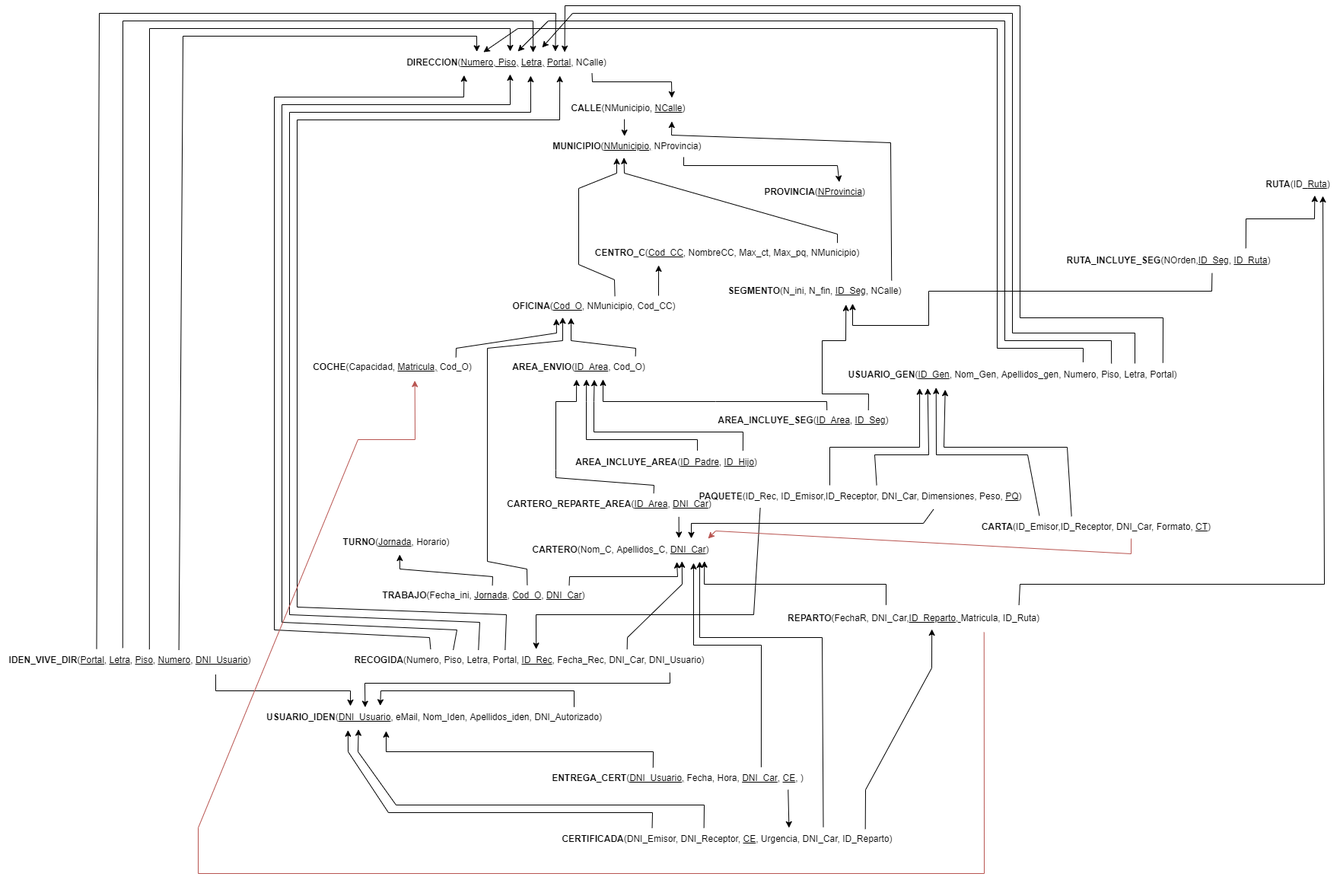
This is Hito1/Modelo relacional.drawio.png from ErYavi/BBDD22, a draw.io export, as it was before one commit. Source tidied: cells renumbered, new cells last; positions are measured from the earlier drawing's top-left corner, leaving out a move shared by most shapes.
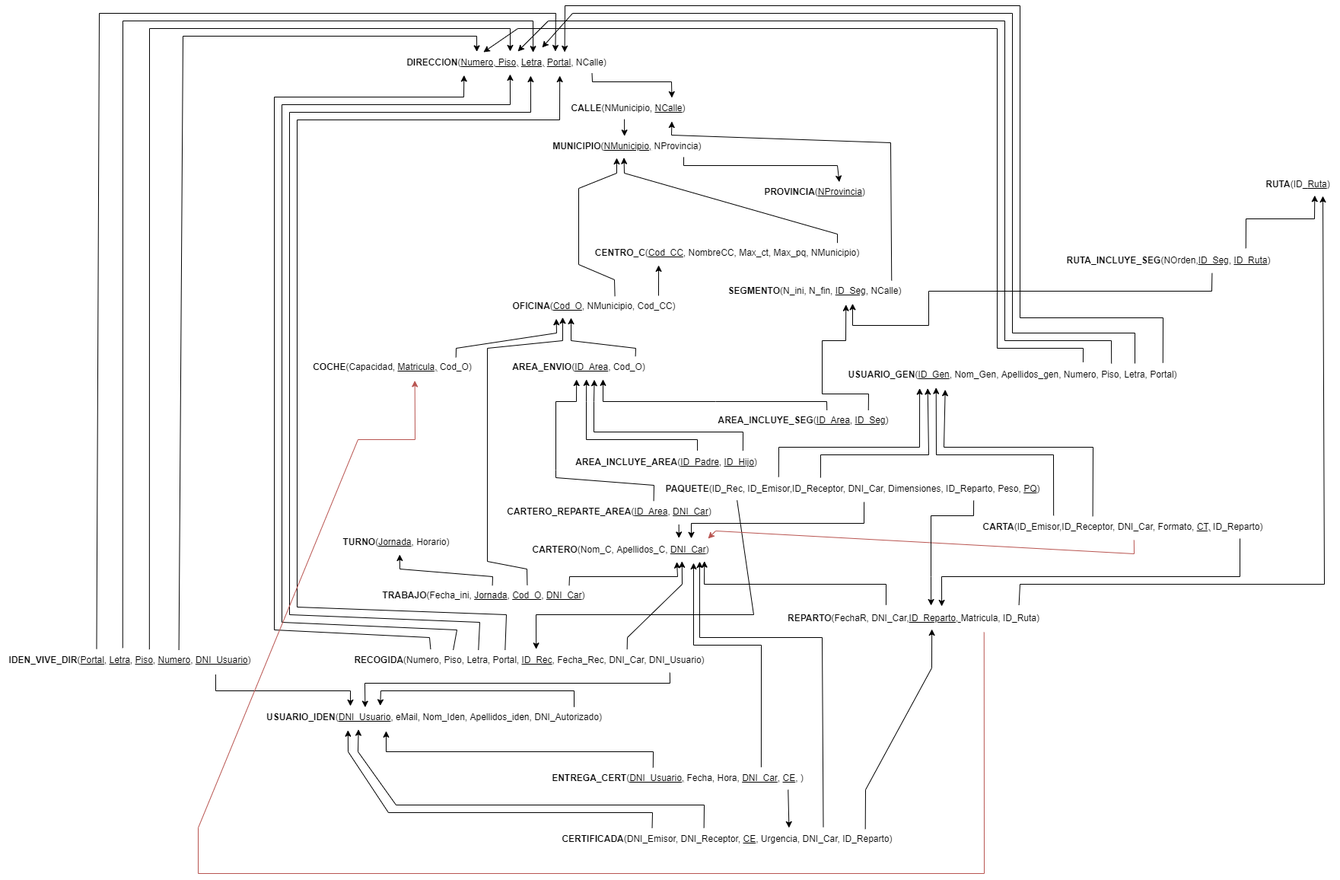
Above is the later version.

Change to the diagram source:
```diff
@@ -166,7 +166,7 @@
       <mxGeometry x="690" y="700" width="250" height="30" as="geometry" />
     </mxCell>
     <mxCell id="31" value="&lt;b&gt;CARTERO_REPARTE_AREA&lt;/b&gt;(&lt;u&gt;ID_Area&lt;/u&gt;, &lt;u&gt;DNI_Car&lt;/u&gt;)" style="text;html=1;align=center;verticalAlign=middle;points=[];strokeColor=none;fillColor=none;" parent="1" vertex="1">
-      <mxGeometry x="655" y="640" width="290" height="30" as="geometry" />
+      <mxGeometry x="655" y="650" width="290" height="30" as="geometry" />
     </mxCell>
     <mxCell id="32" style="endArrow=classic;html=1;rounded=0;exitX=0.702;exitY=0.021;exitDx=0;exitDy=0;exitPerimeter=0;entryX=0.486;entryY=1.034;entryDx=0;entryDy=0;entryPerimeter=0;" parent="1" edge="1" source="31" target="20">
       <mxGeometry relative="1" as="geometry">
@@ -440,25 +440,24 @@
         </Array>
       </mxGeometry>
     </mxCell>
-    <mxCell id="69" value="&lt;b&gt;PAQUETE&lt;/b&gt;(ID_Rec, ID_Emisor,ID_Receptor, DNI_Car, Dimensiones, Peso, &lt;u&gt;PQ&lt;/u&gt;)" style="text;html=1;align=center;verticalAlign=middle;points=[];strokeColor=none;fillColor=none;" parent="1" vertex="1">
-      <mxGeometry x="905" y="630" width="450" height="30" as="geometry" />
+    <mxCell id="69" value="&lt;b&gt;PAQUETE&lt;/b&gt;(ID_Rec, ID_Emisor,ID_Receptor, DNI_Car, Dimensiones, ID_Reparto, Peso, &lt;u&gt;PQ&lt;/u&gt;)" style="text;html=1;align=center;verticalAlign=middle;points=[];strokeColor=none;fillColor=none;" parent="1" vertex="1">
+      <mxGeometry x="860" y="620" width="520" height="30" as="geometry" />
     </mxCell>
-    <mxCell id="70" value="&lt;b&gt;CARTA&lt;/b&gt;(ID_Emisor,ID_Receptor, DNI_Car, Formato,&amp;nbsp;&lt;u&gt;CT&lt;/u&gt;)" style="text;html=1;align=center;verticalAlign=middle;points=[];strokeColor=none;fillColor=none;" parent="1" vertex="1">
-      <mxGeometry x="1280" y="670" width="320" height="30" as="geometry" />
+    <mxCell id="70" value="&lt;b&gt;CARTA&lt;/b&gt;(ID_Emisor,ID_Receptor, DNI_Car, Formato,&amp;nbsp;&lt;u&gt;CT,&lt;/u&gt;&amp;nbsp;ID_Reparto)" style="text;html=1;align=center;verticalAlign=middle;points=[];strokeColor=none;fillColor=none;" parent="1" vertex="1">
+      <mxGeometry x="1280" y="670" width="390" height="30" as="geometry" />
     </mxCell>
-    <mxCell id="71" style="endArrow=classic;html=1;rounded=0;exitX=0.548;exitY=-0.006;exitDx=0;exitDy=0;exitPerimeter=0;entryX=0.258;entryY=1.085;entryDx=0;entryDy=0;entryPerimeter=0;" parent="1" edge="1" source="69" target="58">
+    <mxCell id="71" style="endArrow=classic;html=1;rounded=0;exitX=0.419;exitY=0;exitDx=0;exitDy=0;exitPerimeter=0;entryX=0.258;entryY=1.085;entryDx=0;entryDy=0;entryPerimeter=0;" parent="1" edge="1" source="69" target="58">
       <mxGeometry relative="1" as="geometry">
         <Array as="points">
-          <mxPoint x="1149" y="590" />
+          <mxPoint x="1078" y="590" />
           <mxPoint x="1220" y="590" />
         </Array>
       </mxGeometry>
     </mxCell>
-    <mxCell id="72" style="endArrow=classic;html=1;rounded=0;entryX=0.235;entryY=1.085;entryDx=0;entryDy=0;entryPerimeter=0;" parent="1" edge="1" target="58">
+    <mxCell id="72" style="endArrow=classic;html=1;rounded=0;entryX=0.235;entryY=1.085;entryDx=0;entryDy=0;entryPerimeter=0;exitX=0.313;exitY=-0.033;exitDx=0;exitDy=0;exitPerimeter=0;" parent="1" edge="1" source="69" target="58">
       <mxGeometry relative="1" as="geometry">
-        <mxPoint x="1090" y="630" as="sourcePoint" />
         <Array as="points">
-          <mxPoint x="1090" y="580" />
+          <mxPoint x="1023" y="580" />
           <mxPoint x="1208" y="580" />
         </Array>
       </mxGeometry>
@@ -471,10 +470,10 @@
         </Array>
       </mxGeometry>
     </mxCell>
-    <mxCell id="74" style="endArrow=classic;html=1;rounded=0;exitX=0.714;exitY=1.055;exitDx=0;exitDy=0;exitPerimeter=0;entryX=0.872;entryY=-0.006;entryDx=0;entryDy=0;entryPerimeter=0;" parent="1" edge="1" source="69" target="30">
+    <mxCell id="74" style="endArrow=classic;html=1;rounded=0;exitX=0.529;exitY=1.067;exitDx=0;exitDy=0;exitPerimeter=0;entryX=0.872;entryY=-0.006;entryDx=0;entryDy=0;entryPerimeter=0;" parent="1" edge="1" source="69" target="30">
       <mxGeometry relative="1" as="geometry">
         <Array as="points">
-          <mxPoint x="1213" y="680" />
+          <mxPoint x="1135" y="680" />
           <mxPoint x="908" y="680" />
         </Array>
       </mxGeometry>
@@ -482,7 +481,7 @@
     <mxCell id="75" style="endArrow=classic;html=1;rounded=0;exitX=0.267;exitY=-0.006;exitDx=0;exitDy=0;exitPerimeter=0;entryX=0.282;entryY=1.055;entryDx=0;entryDy=0;entryPerimeter=0;" parent="1" edge="1" source="70" target="58">
       <mxGeometry relative="1" as="geometry">
         <Array as="points">
-          <mxPoint x="1350" y="590" />
+          <mxPoint x="1384" y="590" />
           <mxPoint x="1230" y="590" />
         </Array>
       </mxGeometry>
@@ -490,16 +489,16 @@
     <mxCell id="76" style="endArrow=classic;html=1;rounded=0;exitX=0.399;exitY=0.024;exitDx=0;exitDy=0;exitPerimeter=0;entryX=0.308;entryY=1.145;entryDx=0;entryDy=0;entryPerimeter=0;" parent="1" edge="1" source="70" target="58">
       <mxGeometry relative="1" as="geometry">
         <Array as="points">
-          <mxPoint x="1402" y="580" />
+          <mxPoint x="1436" y="580" />
           <mxPoint x="1240" y="580" />
         </Array>
       </mxGeometry>
     </mxCell>
-    <mxCell id="77" style="endArrow=classic;html=1;rounded=0;exitX=0.644;exitY=1;exitDx=0;exitDy=0;exitPerimeter=0;fillColor=#f8cecc;strokeColor=#b85450;" parent="1" edge="1" source="70">
+    <mxCell id="77" style="endArrow=classic;html=1;rounded=0;exitX=0.538;exitY=1.067;exitDx=0;exitDy=0;exitPerimeter=0;fillColor=#f8cecc;strokeColor=#b85450;" parent="1" edge="1" source="70">
       <mxGeometry relative="1" as="geometry">
         <mxPoint x="930" y="700" as="targetPoint" />
         <Array as="points">
-          <mxPoint x="1486" y="720" />
+          <mxPoint x="1490" y="720" />
           <mxPoint x="940" y="690" />
         </Array>
       </mxGeometry>
@@ -526,5 +525,22 @@
         </Array>
       </mxGeometry>
     </mxCell>
+    <mxCell id="81" style="endArrow=classic;html=1;rounded=0;exitX=0.895;exitY=1;exitDx=0;exitDy=0;exitPerimeter=0;entryX=0.606;entryY=-0.033;entryDx=0;entryDy=0;entryPerimeter=0;" parent="1" edge="1" source="70" target="28">
+      <mxGeometry relative="1" as="geometry">
+        <Array as="points">
+          <mxPoint x="1629" y="750" />
+          <mxPoint x="1237" y="750" />
+        </Array>
+      </mxGeometry>
+    </mxCell>
+    <mxCell id="82" style="endArrow=classic;html=1;rounded=0;exitX=0.806;exitY=1;exitDx=0;exitDy=0;exitPerimeter=0;entryX=0.566;entryY=-0.067;entryDx=0;entryDy=0;entryPerimeter=0;" parent="1" edge="1" source="69" target="28">
+      <mxGeometry relative="1" as="geometry">
+        <Array as="points">
+          <mxPoint x="1279" y="670" />
+          <mxPoint x="1223" y="670" />
+          <mxPoint x="1223" y="750" />
+        </Array>
+      </mxGeometry>
+    </mxCell>
   </root>
 </mxGraphModel>
```
